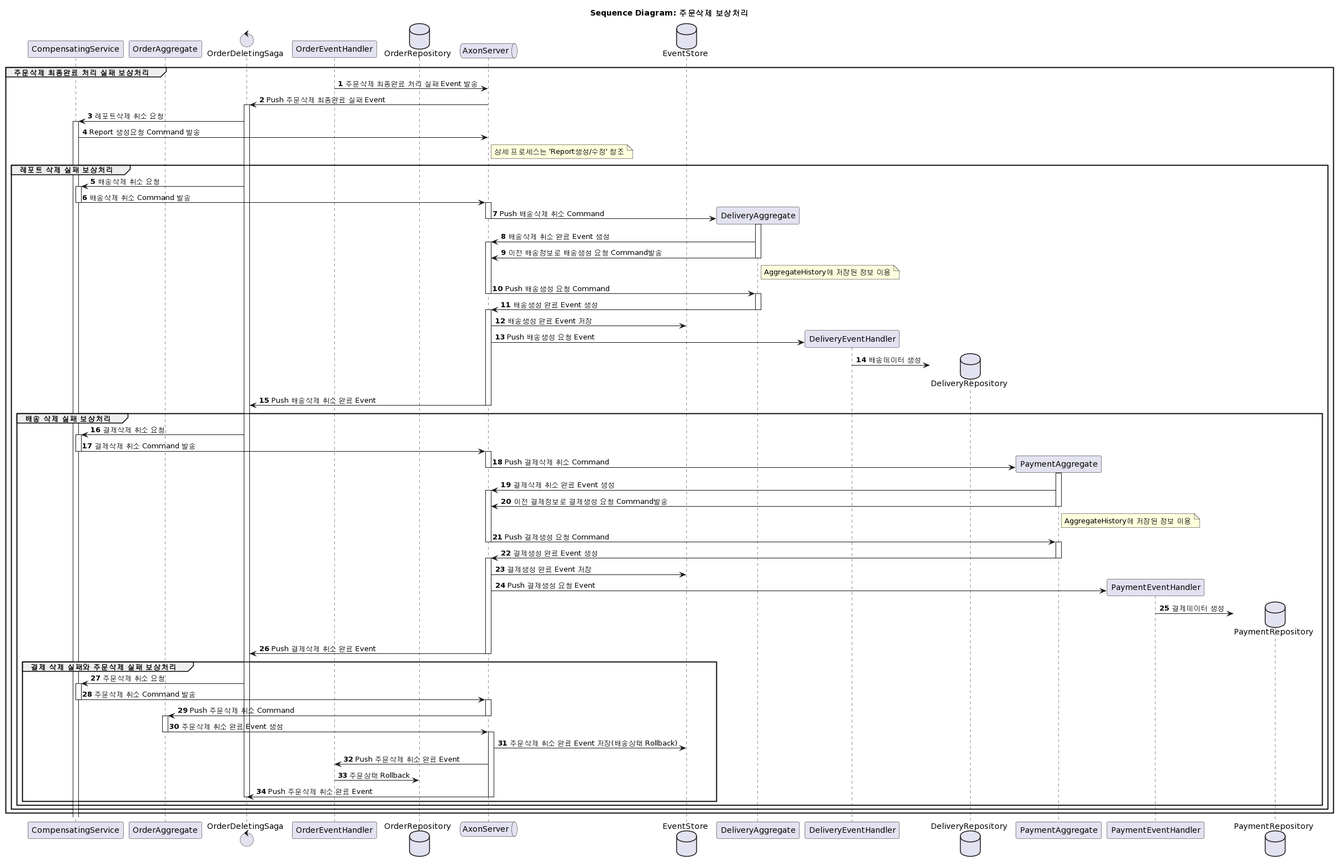
This is doc/uml/sequence/seq_delete_fail.png from happykubepia/agilemall-axon, a PlantUML export, as it was before one commit. The source it was exported from:
```plantuml
@startuml


title Sequence Diagram: 주문삭제 보상처리

participant CompensatingService
participant OrderAggregate
control OrderDeletingSaga
participant OrderEventHandler
database OrderRepository
queue AxonServer
database EventStore

autonumber

group 주문삭제 최종완료 처리 실패 보상처리
OrderEventHandler -> AxonServer: 주문삭제 최종완료 처리 실패 Event 발송
AxonServer -> OrderDeletingSaga --++: Push 주문삭제 최종완료 실패 Event

OrderDeletingSaga -> CompensatingService ++: 레포트삭제 취소 요청
CompensatingService -> AxonServer: Report 생성요청 Command 발송
note right of AxonServer: 상세 프로세스는 'Report생성/수정' 참조

group 레포트 삭제 실패 보상처리
OrderDeletingSaga -> CompensatingService ++: 배송삭제 취소 요청
CompensatingService -> AxonServer --++: 배송삭제 취소 Command 발송

create participant DeliveryAggregate
AxonServer -> DeliveryAggregate --++: Push 배송삭제 취소 Command
DeliveryAggregate -> AxonServer ++: 배송삭제 취소 완료 Event 생성
DeliveryAggregate -> AxonServer --: 이전 배송정보로 배송생성 요청 Command발송
note right of DeliveryAggregate: AggregateHistory에 저장된 정보 이용
AxonServer -> DeliveryAggregate --++: Push 배송생성 요청 Command
DeliveryAggregate -> AxonServer --++: 배송생성 완료 Event 생성
AxonServer -> EventStore: 배송생성 완료 Event 저장
create participant DeliveryEventHandler
AxonServer -> DeliveryEventHandler: Push 배송생성 요청 Event
create database DeliveryRepository
DeliveryEventHandler -> DeliveryRepository: 배송데이터 생성
AxonServer -> OrderDeletingSaga --: Push 배송삭제 취소 완료 Event

group 배송 삭제 실패 보상처리
OrderDeletingSaga -> CompensatingService ++: 결제삭제 취소 요청
CompensatingService -> AxonServer --++: 결제삭제 취소 Command 발송

create participant PaymentAggregate
AxonServer -> PaymentAggregate --++: Push 결제삭제 취소 Command
PaymentAggregate -> AxonServer ++: 결제삭제 취소 완료 Event 생성
PaymentAggregate -> AxonServer --: 이전 결제정보로 결제생성 요청 Command발송
note right of PaymentAggregate: AggregateHistory에 저장된 정보 이용
AxonServer -> PaymentAggregate --++: Push 결제생성 요청 Command
PaymentAggregate -> AxonServer --++: 결제생성 완료 Event 생성
AxonServer -> EventStore: 결제생성 완료 Event 저장
create participant PaymentEventHandler
AxonServer -> PaymentEventHandler: Push 결제생성 요청 Event
create database PaymentRepository
PaymentEventHandler -> PaymentRepository: 결제데이터 생성
AxonServer -> OrderDeletingSaga --: Push 결제삭제 취소 완료 Event

group 결제 삭제 실패와 주문삭제 실패 보상처리
OrderDeletingSaga -> CompensatingService ++: 주문삭제 취소 요청
CompensatingService -> AxonServer --++: 주문삭제 취소 Command 발송
AxonServer -> OrderAggregate --++: Push 주문삭제 취소 Command
OrderAggregate -> AxonServer --++: 주문삭제 취소 완료 Event 생성
AxonServer++
AxonServer -> EventStore: 주문삭제 취소 완료 Event 저장(배송상태 Rollback)
AxonServer -> OrderEventHandler: Push 주문삭제 취소 완료 Event
OrderEventHandler -> OrderRepository: 주문상태 Rollback
AxonServer -> OrderDeletingSaga --: Push 주문삭제 취소 완료 Event
AxonServer --
OrderDeletingSaga --
end
end
end
end
@enduml
```
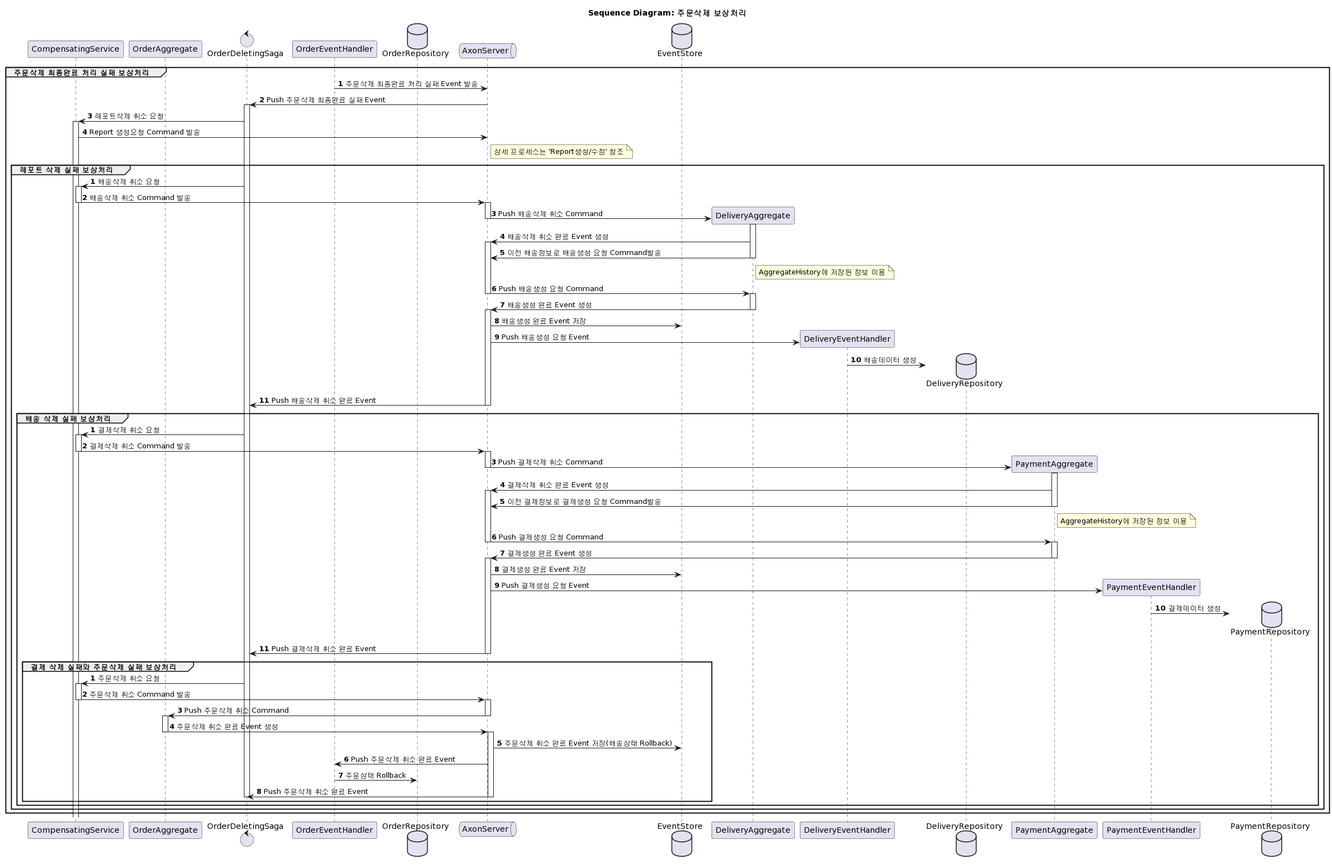
Above is the later version.

Commit message:
change delete sequence diagram

Change to the diagram source:
```diff
@@ -21,6 +21,8 @@
 CompensatingService -> AxonServer: Report 생성요청 Command 발송
 note right of AxonServer: 상세 프로세스는 'Report생성/수정' 참조
 
+autonumber stop
+autonumber
 group 레포트 삭제 실패 보상처리
 OrderDeletingSaga -> CompensatingService ++: 배송삭제 취소 요청
 CompensatingService -> AxonServer --++: 배송삭제 취소 Command 발송
@@ -39,6 +41,8 @@
 DeliveryEventHandler -> DeliveryRepository: 배송데이터 생성
 AxonServer -> OrderDeletingSaga --: Push 배송삭제 취소 완료 Event
 
+autonumber stop
+autonumber
 group 배송 삭제 실패 보상처리
 OrderDeletingSaga -> CompensatingService ++: 결제삭제 취소 요청
 CompensatingService -> AxonServer --++: 결제삭제 취소 Command 발송
@@ -57,6 +61,8 @@
 PaymentEventHandler -> PaymentRepository: 결제데이터 생성
 AxonServer -> OrderDeletingSaga --: Push 결제삭제 취소 완료 Event
 
+autonumber stop
+autonumber
 group 결제 삭제 실패와 주문삭제 실패 보상처리
 OrderDeletingSaga -> CompensatingService ++: 주문삭제 취소 요청
 CompensatingService -> AxonServer --++: 주문삭제 취소 Command 발송
```
